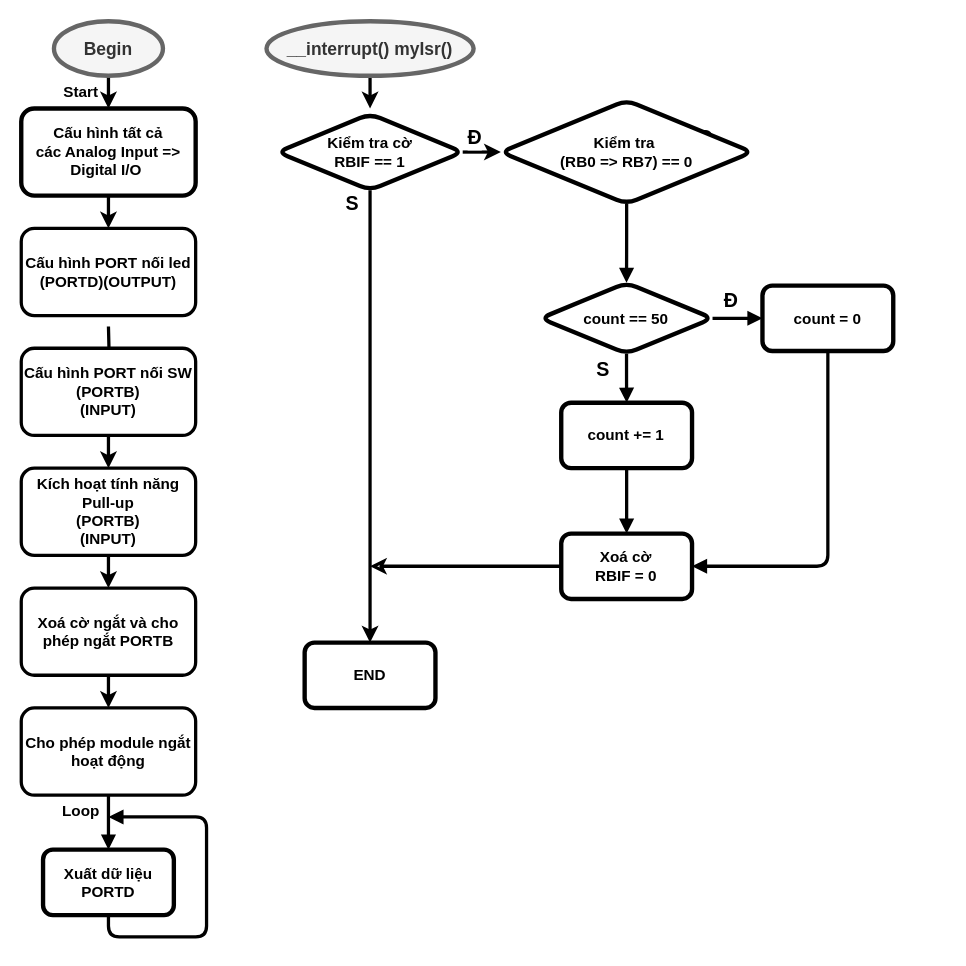
Above: Untitled Diagram.drawio in rikkapro0128/CHUAN_NOP_MPLAB (draw.io), before the change. Source tidied: cells renumbered, new cells numbered last; positions are measured from the earlier drawing's top-left corner, leaving out a move shared by most shapes. Both pictures are drawn from the tidied source at 109%, with x=0, y=0 at pixel (21, 21).
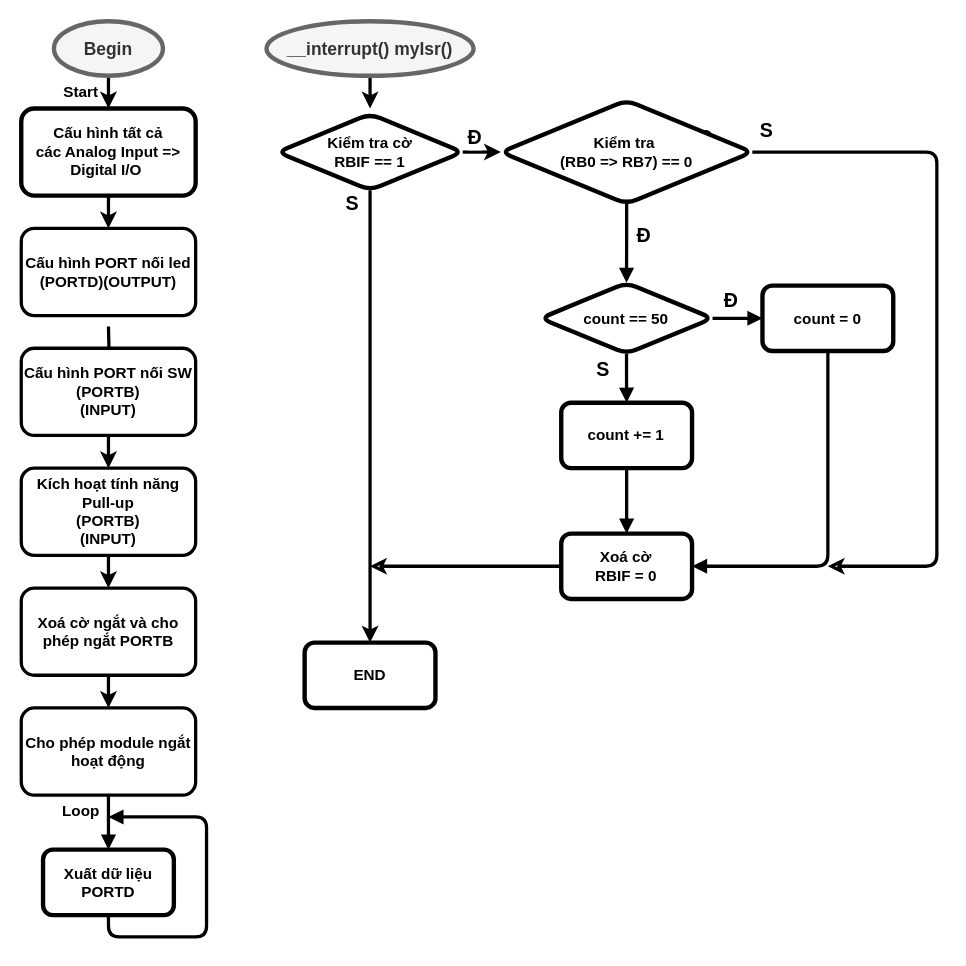
Above is the later version.

Unchanged cells that the change refers to:
```xml
<mxCell id="20" style="edgeStyle=orthogonalEdgeStyle;rounded=1;jettySize=auto;html=1;strokeWidth=3;" parent="1" edge="1" source="27" target="28">
  <mxGeometry relative="1" as="geometry" />
</mxCell>
<mxCell id="23" style="edgeStyle=orthogonalEdgeStyle;rounded=1;jettySize=auto;html=1;strokeWidth=3;fontSize=18;" parent="1" edge="1" source="27" target="30">
  <mxGeometry relative="1" as="geometry">
    <Array as="points">
      <mxPoint x="440" y="120" />
      <mxPoint x="440" y="120" />
    </Array>
  </mxGeometry>
</mxCell>
<mxCell id="30" value="&lt;b&gt;&lt;font style=&quot;font-size: 14px&quot;&gt;Kiểm tra&amp;nbsp;&lt;br&gt;(RB0 =&amp;gt; RB7) == 0&lt;br&gt;&lt;/font&gt;&lt;/b&gt;" style="rhombus;whiteSpace=wrap;html=1;rounded=1;strokeWidth=4;" parent="1" vertex="1">
  <mxGeometry x="440" y="72.5" width="230.7" height="95" as="geometry" />
</mxCell>
```

What changed in the source:
```diff
@@
+    <mxCell id="42" value="S" style="edgeLabel;html=1;align=right;verticalAlign=middle;horizontal=1;fontSize=18;fontStyle=1;labelPosition=left;verticalLabelPosition=middle;" parent="20" vertex="1">
+      <mxGeometry x="-0.93" relative="1" as="geometry">
+        <mxPoint x="370" y="-70" as="offset" />
+      </mxGeometry>
+    </mxCell>
@@
+    <mxCell id="43" value="Đ" style="edgeLabel;html=1;align=center;verticalAlign=bottom;fontSize=18;fontStyle=1;horizontal=1;" parent="23" vertex="1">
+      <mxGeometry x="-0.41" relative="1" as="geometry">
+        <mxPoint x="155" y="90" as="offset" />
+      </mxGeometry>
+    </mxCell>
@@
+    <mxCell id="44" style="edgeStyle=orthogonalEdgeStyle;rounded=1;jettySize=auto;html=1;endArrow=classic;endFill=0;strokeWidth=3;fontSize=18;" parent="1" edge="1" source="30">
+      <mxGeometry relative="1" as="geometry">
+        <mxPoint x="740" y="500" as="targetPoint" />
+        <Array as="points">
+          <mxPoint x="840" y="120" />
+          <mxPoint x="840" y="500" />
+          <mxPoint x="740" y="500" />
+        </Array>
+      </mxGeometry>
+    </mxCell>
```
